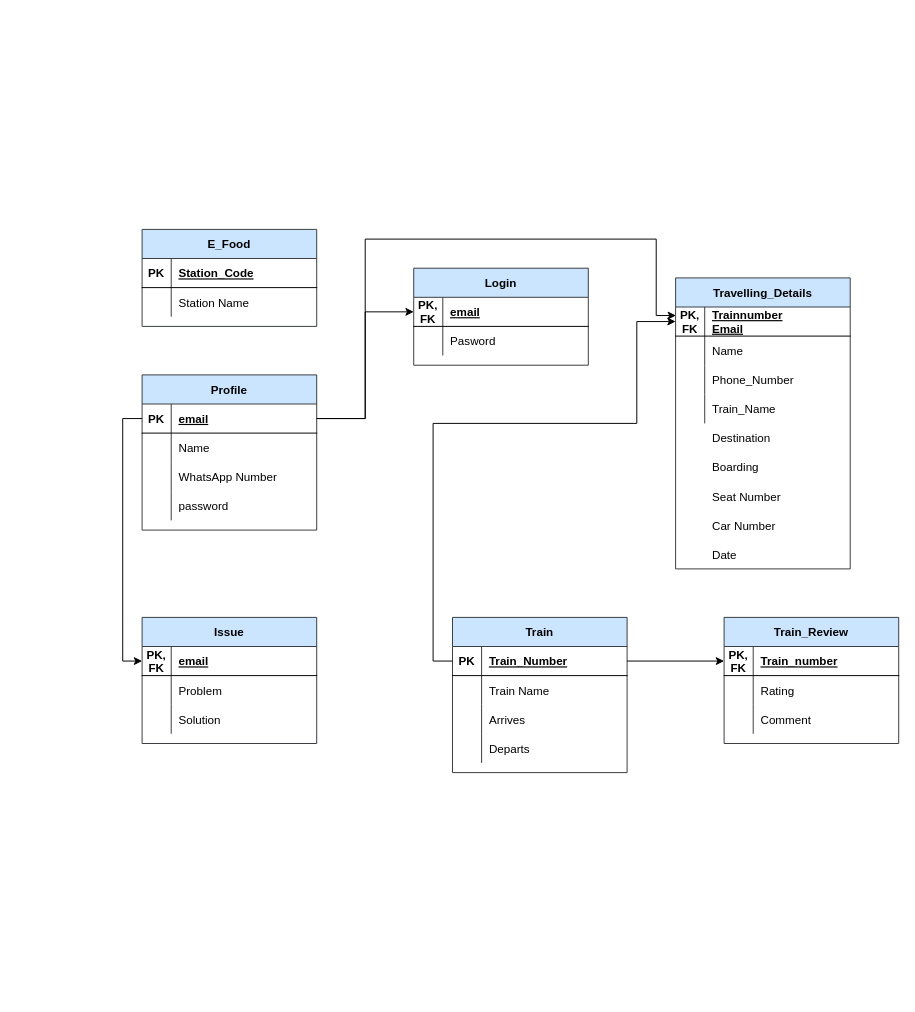
Earlier version of the draw.io diagram Schema1.drawio (KarandeepSinghCoder/DBMSJcomponent). Source tidied: cells renumbered, new cells numbered last; positions are measured from the earlier drawing's top-left corner, leaving out a move shared by most shapes. Both pictures are drawn from the tidied source at 97%, with x=0, y=0 at pixel (142, 229).
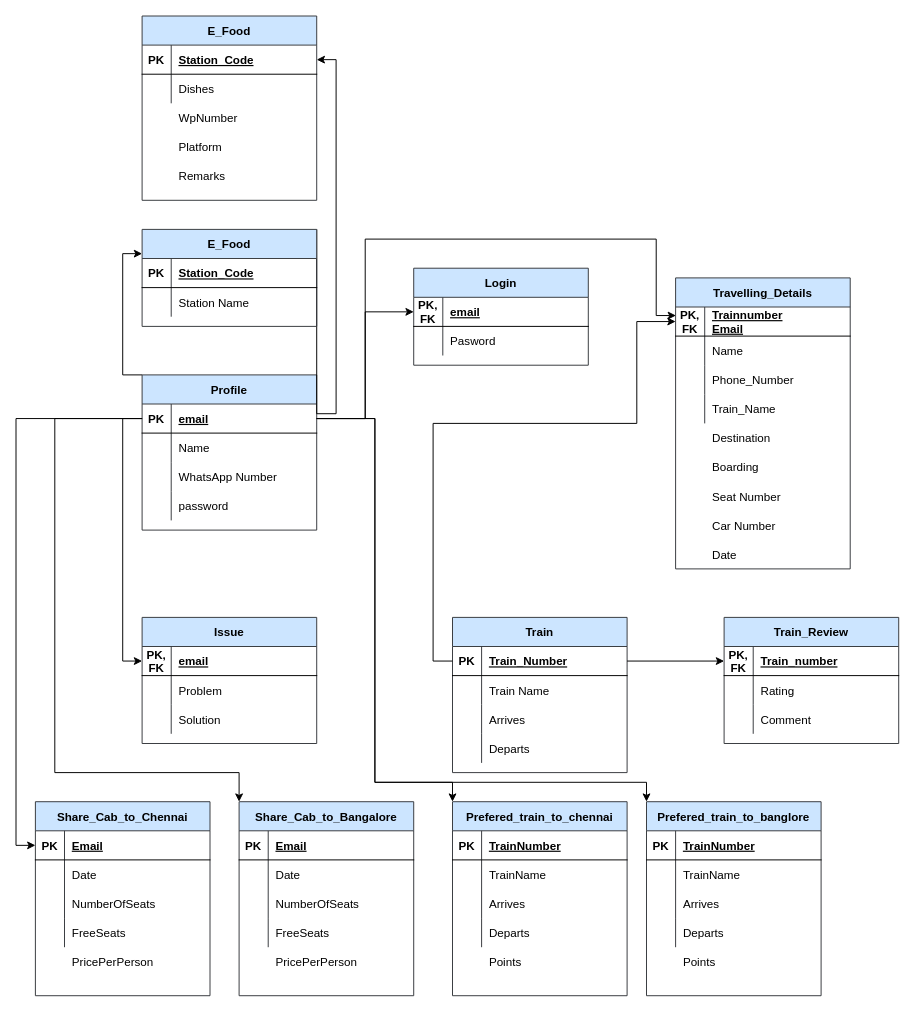
After the change.

Unchanged cells that the change refers to:
```xml
<mxCell id="2" value="Profile" style="shape=table;startSize=30;childLayout=tableLayout;rowLines=0;fontStyle=1;align=center;fillColor=#cce5ff;strokeColor=#36393d;" parent="1" vertex="1">
  <mxGeometry y="150" width="180" height="160" as="geometry" />
</mxCell>
<mxCell id="3" style="shape=partialRectangle;fillColor=none;top=0;left=0;bottom=1;right=0;points=[[0,0.5],[1,0.5]];portConstraint=eastwest;" parent="2" vertex="1">
  <mxGeometry y="30" width="180" height="30" as="geometry" />
</mxCell>
<mxCell id="63" value="E_Food" style="shape=table;startSize=30;childLayout=tableLayout;rowLines=0;fontStyle=1;align=center;fillColor=#cce5ff;strokeColor=#36393d;" parent="1" vertex="1">
  <mxGeometry width="180" height="100" as="geometry" />
</mxCell>
<mxCell id="71" style="shape=partialRectangle;fillColor=none;top=0;left=0;bottom=1;right=0;points=[[0,0.5],[1,0.5]];portConstraint=eastwest;" parent="70" vertex="1">
  <mxGeometry y="30" width="180" height="30" as="geometry" />
</mxCell>
```

What changed in the source:
```diff
@@
+    <mxCell id="90" style="edgeStyle=orthogonalEdgeStyle;rounded=0;jettySize=auto;html=1;exitX=0;exitY=0;exitDx=0;exitDy=0;entryX=0;entryY=0.25;entryDx=0;entryDy=0;" parent="1" edge="1" source="2" target="63">
+      <mxGeometry relative="1" as="geometry">
+        <Array as="points">
+          <mxPoint x="-20" y="150" />
+          <mxPoint x="-20" y="25" />
+        </Array>
+      </mxGeometry>
+    </mxCell>
@@
+    <mxCell id="91" style="edgeStyle=orthogonalEdgeStyle;rounded=0;jettySize=auto;html=1;exitX=1;exitY=0;exitDx=0;exitDy=0;entryX=1;entryY=0.5;entryDx=0;entryDy=0;" parent="1" edge="1" source="63" target="96">
+      <mxGeometry relative="1" as="geometry">
+        <Array as="points">
+          <mxPoint x="180" y="190" />
+          <mxPoint x="200" y="190" />
+          <mxPoint x="200" y="-175" />
+        </Array>
+      </mxGeometry>
+    </mxCell>
@@
     <mxCell id="77" style="edgeStyle=orthogonalEdgeStyle;rounded=0;jettySize=auto;html=1;exitX=1;exitY=0.5;exitDx=0;exitDy=0;entryX=0;entryY=0.5;entryDx=0;entryDy=0;" parent="1" edge="1" source="3" target="71">
-      <mxGeometry relative="1" as="geometry" />
+      <mxGeometry relative="1" as="geometry">
+        <Array as="points">
+          <mxPoint x="230" y="195" />
+          <mxPoint x="230" y="85" />
+        </Array>
+      </mxGeometry>
     </mxCell>
@@
+    <mxCell id="92" value="WpNumber" style="shape=partialRectangle;fillColor=none;top=0;left=0;bottom=0;right=0;align=left;spacingLeft=6;overflow=hidden;" parent="1" vertex="1">
+      <mxGeometry x="30" y="-130" width="150" height="30" as="geometry" />
+    </mxCell>
+    <mxCell id="93" value="Platform" style="shape=partialRectangle;fillColor=none;top=0;left=0;bottom=0;right=0;align=left;spacingLeft=6;overflow=hidden;" parent="1" vertex="1">
+      <mxGeometry x="30" y="-100" width="150" height="30" as="geometry" />
+    </mxCell>
+    <mxCell id="94" value="Remarks" style="shape=partialRectangle;fillColor=none;top=0;left=0;bottom=0;right=0;align=left;spacingLeft=6;overflow=hidden;" parent="1" vertex="1">
+      <mxGeometry x="30" y="-70" width="150" height="30" as="geometry" />
+    </mxCell>
+    <mxCell id="95" value="E_Food" style="shape=table;startSize=30;childLayout=tableLayout;rowLines=0;fontStyle=1;align=center;fillColor=#cce5ff;strokeColor=#36393d;" parent="1" vertex="1">
+      <mxGeometry y="-220" width="180" height="190" as="geometry" />
+    </mxCell>
+    <mxCell id="96" style="shape=partialRectangle;fillColor=none;top=0;left=0;bottom=1;right=0;points=[[0,0.5],[1,0.5]];portConstraint=eastwest;" parent="95" vertex="1">
+      <mxGeometry y="30" width="180" height="30" as="geometry" />
+    </mxCell>
+    <mxCell id="97" value="PK" style="shape=partialRectangle;fillColor=none;top=0;left=0;bottom=0;right=0;fontStyle=1;overflow=hidden;" parent="96" vertex="1">
+      <mxGeometry width="30" height="30" as="geometry" />
+    </mxCell>
+    <mxCell id="98" value="Station_Code" style="shape=partialRectangle;fillColor=none;top=0;left=0;bottom=0;right=0;align=left;spacingLeft=6;fontStyle=5;overflow=hidden;" parent="96" vertex="1">
+      <mxGeometry x="30" width="150" height="30" as="geometry" />
+    </mxCell>
+    <mxCell id="99" style="shape=partialRectangle;fillColor=none;top=0;left=0;bottom=0;right=0;" parent="95" vertex="1">
+      <mxGeometry y="60" width="180" height="30" as="geometry" />
+    </mxCell>
+    <mxCell id="100" style="shape=partialRectangle;fillColor=none;top=0;left=0;bottom=0;right=0;overflow=hidden;" parent="99" vertex="1">
+      <mxGeometry width="30" height="30" as="geometry" />
+    </mxCell>
+    <mxCell id="101" value="Dishes" style="shape=partialRectangle;fillColor=none;top=0;left=0;bottom=0;right=0;align=left;spacingLeft=6;overflow=hidden;" parent="99" vertex="1">
+      <mxGeometry x="30" width="150" height="30" as="geometry" />
+    </mxCell>
+    <mxCell id="102" value="PricePerPerson" style="shape=partialRectangle;fillColor=none;top=0;left=0;bottom=0;right=0;align=left;spacingLeft=6;overflow=hidden;" parent="1" vertex="1">
+      <mxGeometry x="-80" y="740" width="150" height="30" as="geometry" />
+    </mxCell>
+    <mxCell id="103" value="PricePerPerson" style="shape=partialRectangle;fillColor=none;top=0;left=0;bottom=0;right=0;align=left;spacingLeft=6;overflow=hidden;" parent="1" vertex="1">
+      <mxGeometry x="130" y="740" width="150" height="30" as="geometry" />
+    </mxCell>
+    <mxCell id="104" value="Share_Cab_to_Chennai" style="shape=table;startSize=30;childLayout=tableLayout;rowLines=0;fontStyle=1;align=center;fillColor=#cce5ff;strokeColor=#36393d;" parent="1" vertex="1">
+      <mxGeometry x="-110" y="590" width="180" height="200" as="geometry" />
+    </mxCell>
+    <mxCell id="105" style="shape=partialRectangle;fillColor=none;top=0;left=0;bottom=1;right=0;points=[[0,0.5],[1,0.5]];portConstraint=eastwest;" parent="104" vertex="1">
+      <mxGeometry y="30" width="180" height="30" as="geometry" />
+    </mxCell>
+    <mxCell id="106" value="PK" style="shape=partialRectangle;fillColor=none;top=0;left=0;bottom=0;right=0;fontStyle=1;overflow=hidden;" parent="105" vertex="1">
+      <mxGeometry width="30" height="30" as="geometry" />
+    </mxCell>
+    <mxCell id="107" value="Email" style="shape=partialRectangle;fillColor=none;top=0;left=0;bottom=0;right=0;align=left;spacingLeft=6;fontStyle=5;overflow=hidden;" parent="105" vertex="1">
+      <mxGeometry x="30" width="150" height="30" as="geometry" />
+    </mxCell>
+    <mxCell id="108" style="shape=partialRectangle;fillColor=none;top=0;left=0;bottom=0;right=0;" parent="104" vertex="1">
+      <mxGeometry y="60" width="180" height="30" as="geometry" />
+    </mxCell>
+    <mxCell id="109" style="shape=partialRectangle;fillColor=none;top=0;left=0;bottom=0;right=0;overflow=hidden;" parent="108" vertex="1">
+      <mxGeometry width="30" height="30" as="geometry" />
+    </mxCell>
+    <mxCell id="110" value="Date" style="shape=partialRectangle;fillColor=none;top=0;left=0;bottom=0;right=0;align=left;spacingLeft=6;overflow=hidden;" parent="108" vertex="1">
+      <mxGeometry x="30" width="150" height="30" as="geometry" />
+    </mxCell>
+    <mxCell id="111" style="shape=partialRectangle;fillColor=none;top=0;left=0;bottom=0;right=0;" parent="104" vertex="1">
+      <mxGeometry y="90" width="180" height="30" as="geometry" />
+    </mxCell>
+    <mxCell id="112" style="shape=partialRectangle;fillColor=none;top=0;left=0;bottom=0;right=0;overflow=hidden;" parent="111" vertex="1">
+      <mxGeometry width="30" height="30" as="geometry" />
+    </mxCell>
+    <mxCell id="113" value="NumberOfSeats" style="shape=partialRectangle;fillColor=none;top=0;left=0;bottom=0;right=0;align=left;spacingLeft=6;overflow=hidden;" parent="111" vertex="1">
+      <mxGeometry x="30" width="150" height="30" as="geometry" />
+    </mxCell>
+    <mxCell id="114" style="shape=partialRectangle;fillColor=none;top=0;left=0;bottom=0;right=0;" parent="104" vertex="1">
+      <mxGeometry y="120" width="180" height="30" as="geometry" />
+    </mxCell>
+    <mxCell id="115" style="shape=partialRectangle;fillColor=none;top=0;left=0;bottom=0;right=0;overflow=hidden;" parent="114" vertex="1">
+      <mxGeometry width="30" height="30" as="geometry" />
+    </mxCell>
+    <mxCell id="116" value="FreeSeats" style="shape=partialRectangle;fillColor=none;top=0;left=0;bottom=0;right=0;align=left;spacingLeft=6;overflow=hidden;" parent="114" vertex="1">
+      <mxGeometry x="30" width="150" height="30" as="geometry" />
+    </mxCell>
+    <mxCell id="117" value="Share_Cab_to_Bangalore" style="shape=table;startSize=30;childLayout=tableLayout;rowLines=0;fontStyle=1;align=center;fillColor=#cce5ff;strokeColor=#36393d;" parent="1" vertex="1">
+      <mxGeometry x="100" y="590" width="180" height="200" as="geometry" />
+    </mxCell>
+    <mxCell id="118" style="shape=partialRectangle;fillColor=none;top=0;left=0;bottom=1;right=0;" parent="117" vertex="1">
+      <mxGeometry y="30" width="180" height="30" as="geometry" />
+    </mxCell>
+    <mxCell id="119" value="PK" style="shape=partialRectangle;fillColor=none;top=0;left=0;bottom=0;right=0;fontStyle=1;overflow=hidden;" parent="118" vertex="1">
+      <mxGeometry width="30" height="30" as="geometry" />
+    </mxCell>
+    <mxCell id="120" value="Email" style="shape=partialRectangle;fillColor=none;top=0;left=0;bottom=0;right=0;align=left;spacingLeft=6;fontStyle=5;overflow=hidden;" parent="118" vertex="1">
+      <mxGeometry x="30" width="150" height="30" as="geometry" />
+    </mxCell>
+    <mxCell id="121" style="shape=partialRectangle;fillColor=none;top=0;left=0;bottom=0;right=0;" parent="117" vertex="1">
+      <mxGeometry y="60" width="180" height="30" as="geometry" />
+    </mxCell>
+    <mxCell id="122" style="shape=partialRectangle;fillColor=none;top=0;left=0;bottom=0;right=0;overflow=hidden;" parent="121" vertex="1">
+      <mxGeometry width="30" height="30" as="geometry" />
+    </mxCell>
+    <mxCell id="123" value="Date" style="shape=partialRectangle;fillColor=none;top=0;left=0;bottom=0;right=0;align=left;spacingLeft=6;overflow=hidden;" parent="121" vertex="1">
+      <mxGeometry x="30" width="150" height="30" as="geometry" />
+    </mxCell>
+    <mxCell id="124" style="shape=partialRectangle;fillColor=none;top=0;left=0;bottom=0;right=0;" parent="117" vertex="1">
+      <mxGeometry y="90" width="180" height="30" as="geometry" />
+    </mxCell>
+    <mxCell id="125" style="shape=partialRectangle;fillColor=none;top=0;left=0;bottom=0;right=0;overflow=hidden;" parent="124" vertex="1">
+      <mxGeometry width="30" height="30" as="geometry" />
+    </mxCell>
+    <mxCell id="126" value="NumberOfSeats" style="shape=partialRectangle;fillColor=none;top=0;left=0;bottom=0;right=0;align=left;spacingLeft=6;overflow=hidden;" parent="124" vertex="1">
+      <mxGeometry x="30" width="150" height="30" as="geometry" />
+    </mxCell>
+    <mxCell id="127" style="shape=partialRectangle;fillColor=none;top=0;left=0;bottom=0;right=0;" parent="117" vertex="1">
+      <mxGeometry y="120" width="180" height="30" as="geometry" />
+    </mxCell>
+    <mxCell id="128" style="shape=partialRectangle;fillColor=none;top=0;left=0;bottom=0;right=0;overflow=hidden;" parent="127" vertex="1">
+      <mxGeometry width="30" height="30" as="geometry" />
+    </mxCell>
+    <mxCell id="129" value="FreeSeats" style="shape=partialRectangle;fillColor=none;top=0;left=0;bottom=0;right=0;align=left;spacingLeft=6;overflow=hidden;" parent="127" vertex="1">
+      <mxGeometry x="30" width="150" height="30" as="geometry" />
+    </mxCell>
+    <mxCell id="130" style="edgeStyle=orthogonalEdgeStyle;rounded=0;jettySize=auto;html=1;exitX=0;exitY=0.5;exitDx=0;exitDy=0;entryX=0;entryY=0.5;entryDx=0;entryDy=0;" parent="1" edge="1" source="3" target="105">
+      <mxGeometry relative="1" as="geometry" />
+    </mxCell>
+    <mxCell id="131" style="edgeStyle=orthogonalEdgeStyle;rounded=0;jettySize=auto;html=1;exitX=0;exitY=0.5;exitDx=0;exitDy=0;entryX=0;entryY=0;entryDx=0;entryDy=0;" parent="1" edge="1" source="3" target="117">
+      <mxGeometry relative="1" as="geometry">
+        <Array as="points">
+          <mxPoint x="-90" y="195" />
+          <mxPoint x="-90" y="560" />
+          <mxPoint x="100" y="560" />
+        </Array>
+      </mxGeometry>
+    </mxCell>
+    <mxCell id="132" value="Points" style="shape=partialRectangle;fillColor=none;top=0;left=0;bottom=0;right=0;align=left;spacingLeft=6;overflow=hidden;" parent="1" vertex="1">
+      <mxGeometry x="350" y="740" width="150" height="30" as="geometry" />
+    </mxCell>
+    <mxCell id="133" value="Prefered_train_to_chennai" style="shape=table;startSize=30;childLayout=tableLayout;rowLines=0;fontStyle=1;align=center;fillColor=#cce5ff;strokeColor=#36393d;" parent="1" vertex="1">
+      <mxGeometry x="320" y="590" width="180" height="200" as="geometry" />
+    </mxCell>
+    <mxCell id="134" style="shape=partialRectangle;fillColor=none;top=0;left=0;bottom=1;right=0;" parent="133" vertex="1">
+      <mxGeometry y="30" width="180" height="30" as="geometry" />
+    </mxCell>
+    <mxCell id="135" value="PK" style="shape=partialRectangle;fillColor=none;top=0;left=0;bottom=0;right=0;fontStyle=1;overflow=hidden;" parent="134" vertex="1">
+      <mxGeometry width="30" height="30" as="geometry" />
+    </mxCell>
+    <mxCell id="136" value="TrainNumber" style="shape=partialRectangle;fillColor=none;top=0;left=0;bottom=0;right=0;align=left;spacingLeft=6;fontStyle=5;overflow=hidden;" parent="134" vertex="1">
+      <mxGeometry x="30" width="150" height="30" as="geometry" />
+    </mxCell>
+    <mxCell id="137" style="shape=partialRectangle;fillColor=none;top=0;left=0;bottom=0;right=0;" parent="133" vertex="1">
+      <mxGeometry y="60" width="180" height="30" as="geometry" />
+    </mxCell>
+    <mxCell id="138" style="shape=partialRectangle;fillColor=none;top=0;left=0;bottom=0;right=0;overflow=hidden;" parent="137" vertex="1">
+      <mxGeometry width="30" height="30" as="geometry" />
+    </mxCell>
+    <mxCell id="139" value="TrainName" style="shape=partialRectangle;fillColor=none;top=0;left=0;bottom=0;right=0;align=left;spacingLeft=6;overflow=hidden;" parent="137" vertex="1">
+      <mxGeometry x="30" width="150" height="30" as="geometry" />
+    </mxCell>
+    <mxCell id="140" style="shape=partialRectangle;fillColor=none;top=0;left=0;bottom=0;right=0;" parent="133" vertex="1">
+      <mxGeometry y="90" width="180" height="30" as="geometry" />
+    </mxCell>
+    <mxCell id="141" style="shape=partialRectangle;fillColor=none;top=0;left=0;bottom=0;right=0;overflow=hidden;" parent="140" vertex="1">
+      <mxGeometry width="30" height="30" as="geometry" />
+    </mxCell>
+    <mxCell id="142" value="Arrives" style="shape=partialRectangle;fillColor=none;top=0;left=0;bottom=0;right=0;align=left;spacingLeft=6;overflow=hidden;" parent="140" vertex="1">
+      <mxGeometry x="30" width="150" height="30" as="geometry" />
+    </mxCell>
+    <mxCell id="143" style="shape=partialRectangle;fillColor=none;top=0;left=0;bottom=0;right=0;" parent="133" vertex="1">
+      <mxGeometry y="120" width="180" height="30" as="geometry" />
+    </mxCell>
+    <mxCell id="144" style="shape=partialRectangle;fillColor=none;top=0;left=0;bottom=0;right=0;overflow=hidden;" parent="143" vertex="1">
+      <mxGeometry width="30" height="30" as="geometry" />
+    </mxCell>
+    <mxCell id="145" value="Departs" style="shape=partialRectangle;fillColor=none;top=0;left=0;bottom=0;right=0;align=left;spacingLeft=6;overflow=hidden;" parent="143" vertex="1">
+      <mxGeometry x="30" width="150" height="30" as="geometry" />
+    </mxCell>
+    <mxCell id="146" value="Points" style="shape=partialRectangle;fillColor=none;top=0;left=0;bottom=0;right=0;align=left;spacingLeft=6;overflow=hidden;" parent="1" vertex="1">
+      <mxGeometry x="550" y="740" width="150" height="30" as="geometry" />
+    </mxCell>
+    <mxCell id="147" value="Prefered_train_to_banglore" style="shape=table;startSize=30;childLayout=tableLayout;rowLines=0;fontStyle=1;align=center;fillColor=#cce5ff;strokeColor=#36393d;" parent="1" vertex="1">
+      <mxGeometry x="520" y="590" width="180" height="200" as="geometry" />
+    </mxCell>
+    <mxCell id="148" style="shape=partialRectangle;fillColor=none;top=0;left=0;bottom=1;right=0;" parent="147" vertex="1">
+      <mxGeometry y="30" width="180" height="30" as="geometry" />
+    </mxCell>
+    <mxCell id="149" value="PK" style="shape=partialRectangle;fillColor=none;top=0;left=0;bottom=0;right=0;fontStyle=1;overflow=hidden;" parent="148" vertex="1">
+      <mxGeometry width="30" height="30" as="geometry" />
+    </mxCell>
+    <mxCell id="150" value="TrainNumber" style="shape=partialRectangle;fillColor=none;top=0;left=0;bottom=0;right=0;align=left;spacingLeft=6;fontStyle=5;overflow=hidden;" parent="148" vertex="1">
+      <mxGeometry x="30" width="150" height="30" as="geometry" />
+    </mxCell>
+    <mxCell id="151" style="shape=partialRectangle;fillColor=none;top=0;left=0;bottom=0;right=0;" parent="147" vertex="1">
+      <mxGeometry y="60" width="180" height="30" as="geometry" />
+    </mxCell>
+    <mxCell id="152" style="shape=partialRectangle;fillColor=none;top=0;left=0;bottom=0;right=0;overflow=hidden;" parent="151" vertex="1">
+      <mxGeometry width="30" height="30" as="geometry" />
+    </mxCell>
+    <mxCell id="153" value="TrainName" style="shape=partialRectangle;fillColor=none;top=0;left=0;bottom=0;right=0;align=left;spacingLeft=6;overflow=hidden;" parent="151" vertex="1">
+      <mxGeometry x="30" width="150" height="30" as="geometry" />
+    </mxCell>
+    <mxCell id="154" style="shape=partialRectangle;fillColor=none;top=0;left=0;bottom=0;right=0;" parent="147" vertex="1">
+      <mxGeometry y="90" width="180" height="30" as="geometry" />
+    </mxCell>
+    <mxCell id="155" style="shape=partialRectangle;fillColor=none;top=0;left=0;bottom=0;right=0;overflow=hidden;" parent="154" vertex="1">
+      <mxGeometry width="30" height="30" as="geometry" />
+    </mxCell>
+    <mxCell id="156" value="Arrives" style="shape=partialRectangle;fillColor=none;top=0;left=0;bottom=0;right=0;align=left;spacingLeft=6;overflow=hidden;" parent="154" vertex="1">
+      <mxGeometry x="30" width="150" height="30" as="geometry" />
+    </mxCell>
+    <mxCell id="157" style="shape=partialRectangle;fillColor=none;top=0;left=0;bottom=0;right=0;" parent="147" vertex="1">
+      <mxGeometry y="120" width="180" height="30" as="geometry" />
+    </mxCell>
+    <mxCell id="158" style="shape=partialRectangle;fillColor=none;top=0;left=0;bottom=0;right=0;overflow=hidden;" parent="157" vertex="1">
+      <mxGeometry width="30" height="30" as="geometry" />
+    </mxCell>
+    <mxCell id="159" value="Departs" style="shape=partialRectangle;fillColor=none;top=0;left=0;bottom=0;right=0;align=left;spacingLeft=6;overflow=hidden;" parent="157" vertex="1">
+      <mxGeometry x="30" width="150" height="30" as="geometry" />
+    </mxCell>
+    <mxCell id="160" style="edgeStyle=orthogonalEdgeStyle;rounded=0;jettySize=auto;html=1;exitX=1;exitY=0.5;exitDx=0;exitDy=0;entryX=0;entryY=0;entryDx=0;entryDy=0;" parent="1" edge="1" source="3" target="133">
+      <mxGeometry relative="1" as="geometry">
+        <Array as="points">
+          <mxPoint x="240" y="195" />
+          <mxPoint x="240" y="570" />
+          <mxPoint x="320" y="570" />
+        </Array>
+      </mxGeometry>
+    </mxCell>
+    <mxCell id="161" style="edgeStyle=orthogonalEdgeStyle;rounded=0;jettySize=auto;html=1;exitX=1;exitY=0.5;exitDx=0;exitDy=0;entryX=0;entryY=0;entryDx=0;entryDy=0;" parent="1" edge="1" source="3" target="147">
+      <mxGeometry relative="1" as="geometry">
+        <Array as="points">
+          <mxPoint x="240" y="195" />
+          <mxPoint x="240" y="570" />
+          <mxPoint x="520" y="570" />
+        </Array>
+      </mxGeometry>
+    </mxCell>
```
